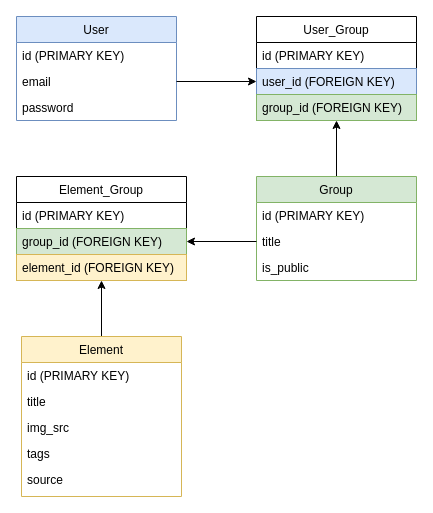
Before: db_diagram.drawio in keshe4ka/analytic-web-organiser, a draw.io diagram. Source tidied: cells renumbered, new cells numbered last; positions are measured from the earlier drawing's top-left corner, leaving out a move shared by most shapes. Both pictures are drawn from the tidied source at 100%, with x=0, y=0 at pixel (16, 16).
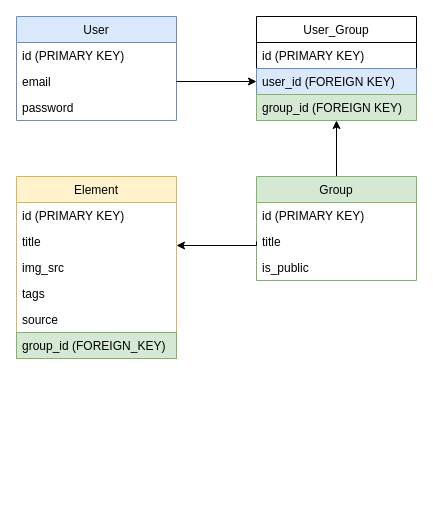
The same diagram, later.

The change refers to these unchanged cells:
```xml
<mxCell id="9" value="title" style="text;align=left;verticalAlign=top;spacingLeft=4;spacingRight=4;overflow=hidden;points=[[0,0.5],[1,0.5]];portConstraint=eastwest;rounded=0;shadow=0;html=0;" parent="7" vertex="1">
  <mxGeometry y="52" width="160" height="26" as="geometry" />
</mxCell>
```

Diff of the diagram source:
```diff
@@
-    <mxCell id="15" value="Element_Group" style="swimlane;fontStyle=0;align=center;verticalAlign=top;horizontal=1;startSize=26;rounded=0;shadow=0;strokeWidth=1;" parent="1" vertex="1">
-      <mxGeometry y="160" width="170" height="104" as="geometry" />
-    </mxCell>
-    <mxCell id="16" value="id (PRIMARY KEY)" style="text;align=left;verticalAlign=top;spacingLeft=4;spacingRight=4;overflow=hidden;" parent="15" vertex="1">
-      <mxGeometry y="26" width="170" height="26" as="geometry" />
-    </mxCell>
-    <mxCell id="17" value="group_id (FOREIGN KEY)" style="text;align=left;verticalAlign=top;spacingLeft=4;spacingRight=4;overflow=hidden;fillColor=#d5e8d4;strokeColor=#82b366;" parent="15" vertex="1">
-      <mxGeometry y="52" width="170" height="26" as="geometry" />
-    </mxCell>
-    <mxCell id="18" value="element_id (FOREIGN KEY)" style="text;align=left;verticalAlign=top;spacingLeft=4;spacingRight=4;overflow=hidden;rounded=0;shadow=0;html=0;fillColor=#fff2cc;strokeColor=#d6b656;" parent="15" vertex="1">
-      <mxGeometry y="78" width="170" height="26" as="geometry" />
-    </mxCell>
-    <mxCell id="19" style="edgeStyle=orthogonalEdgeStyle;rounded=0;jettySize=auto;html=1;exitX=0.5;exitY=0;exitDx=0;exitDy=0;entryX=0.5;entryY=1;entryDx=0;entryDy=0;" parent="1" edge="1" source="20" target="15">
-      <mxGeometry relative="1" as="geometry" />
-    </mxCell>
     <mxCell id="20" value="Element" style="swimlane;fontStyle=0;align=center;verticalAlign=top;horizontal=1;startSize=26;rounded=0;shadow=0;strokeWidth=1;fillColor=#fff2cc;strokeColor=#d6b656;" parent="1" vertex="1">
-      <mxGeometry x="5" y="320" width="160" height="160" as="geometry" />
+      <mxGeometry y="160" width="160" height="182" as="geometry" />
     </mxCell>
@@
+    <mxCell id="28" value="group_id (FOREIGN_KEY)" style="text;align=left;verticalAlign=top;spacingLeft=4;spacingRight=4;overflow=hidden;fillColor=#d5e8d4;strokeColor=#82b366;" parent="20" vertex="1">
+      <mxGeometry y="156" width="160" height="26" as="geometry" />
+    </mxCell>
-    <mxCell id="26" style="edgeStyle=orthogonalEdgeStyle;rounded=0;jettySize=auto;html=1;exitX=0;exitY=0.5;exitDx=0;exitDy=0;" parent="1" edge="1" source="9">
+    <mxCell id="26" style="edgeStyle=orthogonalEdgeStyle;rounded=0;jettySize=auto;html=1;exitX=0;exitY=0.5;exitDx=0;exitDy=0;" parent="1" edge="1" source="9" target="20">
       <mxGeometry relative="1" as="geometry">
-        <mxPoint x="170" y="225" as="targetPoint" />
+        <Array as="points">
+          <mxPoint x="240" y="229" />
+        </Array>
       </mxGeometry>
     </mxCell>
```
